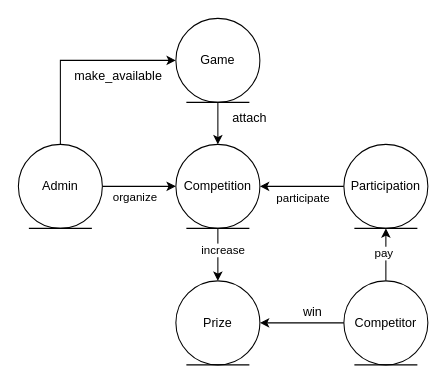
The draw.io diagram game_compet.drawio in rahff/Snake_JS, before the edit. Source tidied: cells renumbered, new cells numbered last; positions are measured from the earlier drawing's top-left corner, leaving out a move shared by most shapes. Both pictures are drawn from the tidied source at 105%, with x=0, y=0 at pixel (18, 18).
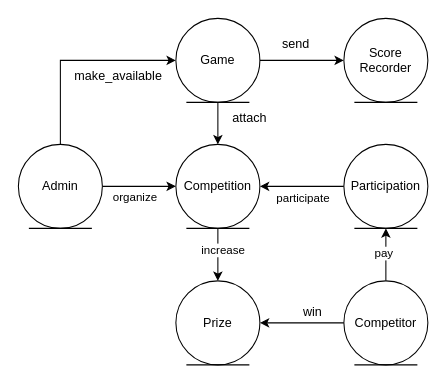
After the change.

Unchanged cells that the change refers to:
```xml
<mxCell id="18" value="Game" style="ellipse;shape=umlEntity;whiteSpace=wrap;html=1;" parent="1" vertex="1">
  <mxGeometry x="150" width="80" height="80" as="geometry" />
</mxCell>
```

Diff of the diagram source:
```diff
@@
+    <mxCell id="22" style="edgeStyle=orthogonalEdgeStyle;rounded=0;jettySize=auto;html=1;entryX=0;entryY=0.5;entryDx=0;entryDy=0;" parent="1" edge="1" source="18" target="23">
+      <mxGeometry relative="1" as="geometry" />
+    </mxCell>
@@
+    <mxCell id="23" value="Score&lt;br&gt;Recorder" style="ellipse;shape=umlEntity;whiteSpace=wrap;html=1;" parent="1" vertex="1">
+      <mxGeometry x="310" width="80" height="80" as="geometry" />
+    </mxCell>
+    <mxCell id="24" value="send" style="text;html=1;align=center;verticalAlign=middle;strokeColor=none;fillColor=none;" parent="1" vertex="1">
+      <mxGeometry x="239" y="10" width="50" height="30" as="geometry" />
+    </mxCell>
```
